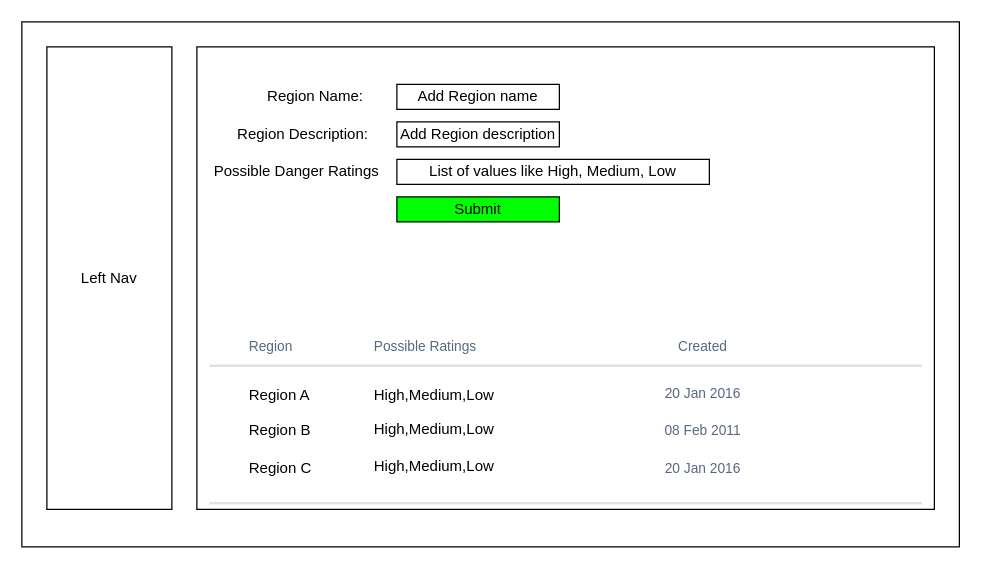
Before: page "Region-SetUp" (2 of 6) of ttd-sa-exercise.drawio in coolsharepoint/Test, a draw.io diagram. Source tidied: cells renumbered, new cells numbered last; positions are measured from the earlier drawing's top-left corner, leaving out a move shared by most shapes. Both pictures are drawn from the tidied source at 125%, with x=0, y=0 at pixel (21, 21).
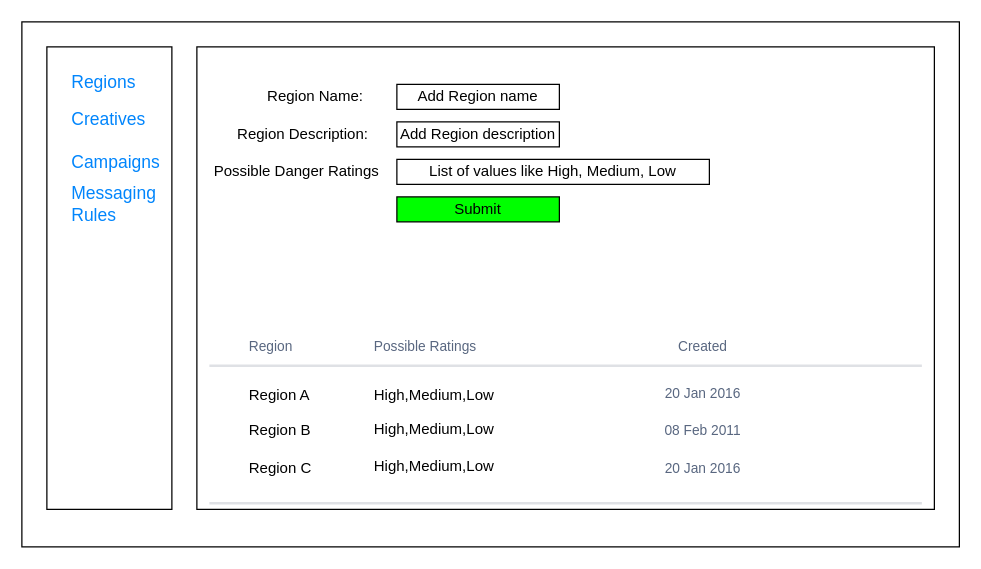
After the change.

What changed in the source:
```diff
@@
-    <mxCell id="3" value="Left Nav" style="rounded=0;whiteSpace=wrap;html=1;" parent="1" vertex="1">
+    <mxCell id="3" style="rounded=0;whiteSpace=wrap;html=1;" parent="1" vertex="1">
       <mxGeometry x="20" y="20" width="100" height="370" as="geometry" />
     </mxCell>
@@
+    <mxCell id="26" value="Regions" style="fillColor=none;strokeColor=none;fontSize=14;fontColor=#0085FC;align=left;spacing=10;" parent="1" vertex="1">
+      <mxGeometry x="30" y="32" width="80" height="30" as="geometry" />
+    </mxCell>
+    <mxCell id="27" value="Campaigns" style="fillColor=none;strokeColor=none;fontSize=14;fontColor=#0085FC;align=left;spacing=10;" parent="1" vertex="1">
+      <mxGeometry x="30" y="96" width="80" height="30" as="geometry" />
+    </mxCell>
+    <mxCell id="28" value="Creatives" style="fillColor=none;strokeColor=none;fontSize=14;fontColor=#0085FC;align=left;spacing=10;" parent="1" vertex="1">
+      <mxGeometry x="30" y="62" width="80" height="30" as="geometry" />
+    </mxCell>
+    <mxCell id="29" value="Messaging&#10;Rules" style="fillColor=none;strokeColor=none;fontSize=14;fontColor=#0085FC;align=left;spacing=10;" parent="1" vertex="1">
+      <mxGeometry x="30" y="130" width="80" height="30" as="geometry" />
+    </mxCell>
```
